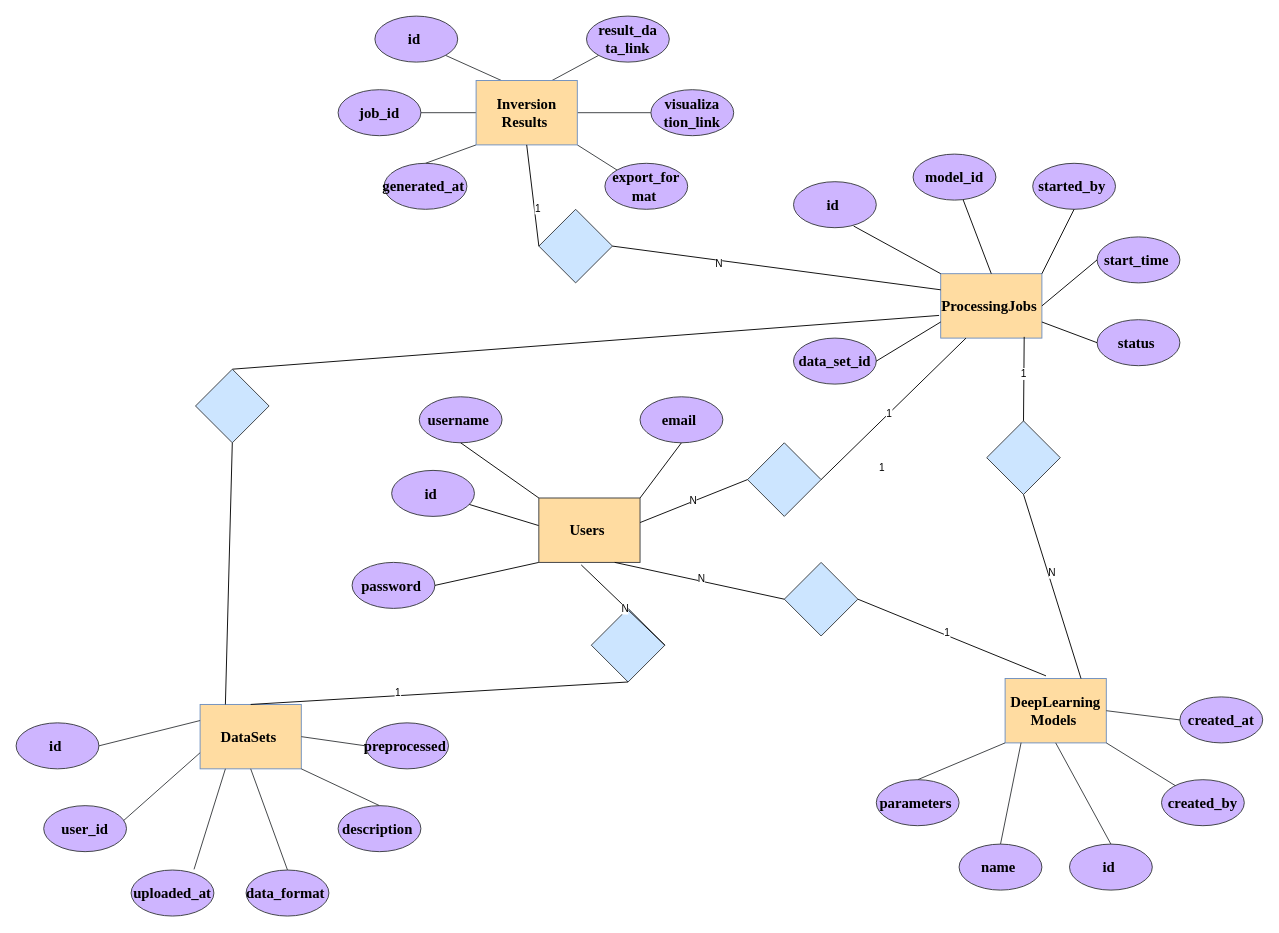
Earlier version of the draw.io diagram 数据库设计.drawio (Lu-Ming-Song/C). Source tidied: cells renumbered, new cells numbered last; positions are measured from the earlier drawing's top-left corner, leaving out a move shared by most shapes. Both pictures are drawn from the tidied source at 92%, with x=0, y=0 at pixel (16, 16).
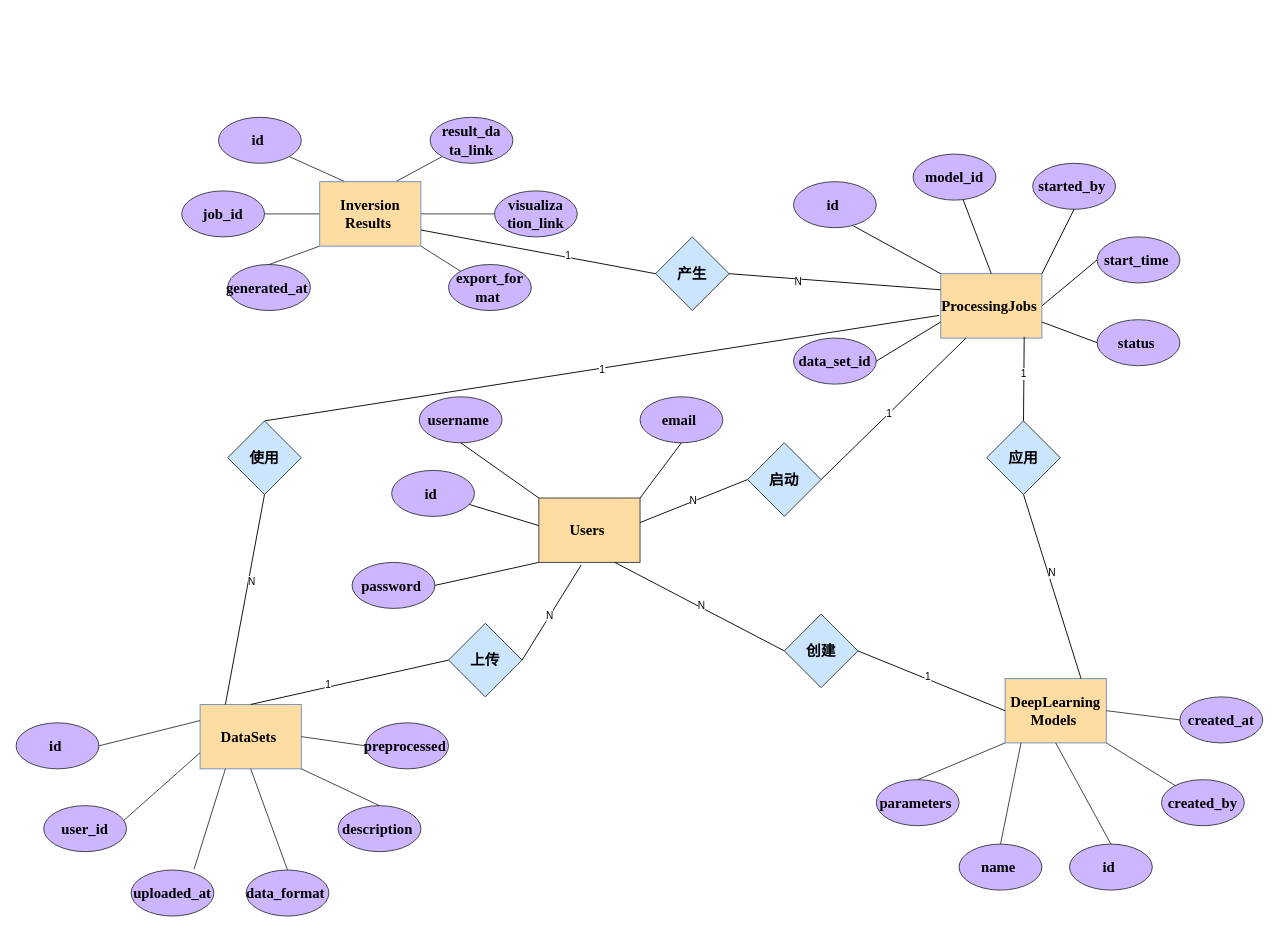
The same page after the edit.

Commit message (it also covers changes not shown here):
更新数据库设计.drawio

Unchanged cells that the change refers to:
```xml
<mxCell id="3" value="&lt;b&gt;&lt;span style=&quot;font-size:12.0pt;&lt;br/&gt;mso-bidi-font-size:18.0pt;font-family:&amp;quot;Times New Roman&amp;quot;,serif;mso-fareast-font-family:&lt;br/&gt;宋体;mso-font-kerning:1.0pt;mso-ansi-language:EN-US;mso-fareast-language:ZH-CN;&lt;br/&gt;mso-bidi-language:AR-SA&quot; lang=&quot;EN-US&quot;&gt;DataSets&amp;nbsp;&lt;/span&gt;&lt;/b&gt;" style="rounded=0;whiteSpace=wrap;html=1;fillColor=#FFDCA1;strokeColor=#6c8ebf;" parent="1" vertex="1">
  <mxGeometry x="200" y="748.2" width="110" height="70" as="geometry" />
</mxCell>
<mxCell id="4" value="&lt;b&gt;&lt;span style=&quot;font-size:12.0pt;&lt;br/&gt;mso-bidi-font-size:18.0pt;font-family:&amp;quot;Times New Roman&amp;quot;,serif;mso-fareast-font-family:&lt;br/&gt;宋体;mso-font-kerning:1.0pt;mso-ansi-language:EN-US;mso-fareast-language:ZH-CN;&lt;br/&gt;mso-bidi-language:AR-SA&quot; lang=&quot;EN-US&quot;&gt;DeepLearning&lt;br&gt;Models&amp;nbsp;&lt;/span&gt;&lt;/b&gt;" style="rounded=0;whiteSpace=wrap;html=1;fillColor=#FFDCA1;strokeColor=#6c8ebf;" parent="1" vertex="1">
  <mxGeometry x="1075" y="720" width="110" height="70" as="geometry" />
</mxCell>
<mxCell id="76" style="endArrow=none;html=1;rounded=0;exitX=0.5;exitY=0;exitDx=0;exitDy=0;entryX=-0.016;entryY=0.648;entryDx=0;entryDy=0;entryPerimeter=0;" parent="1" edge="1" source="88" target="2">
  <mxGeometry relative="1" as="geometry" />
</mxCell>
<mxCell id="89" style="endArrow=none;html=1;rounded=0;exitX=0.25;exitY=0;exitDx=0;exitDy=0;entryX=0.5;entryY=1;entryDx=0;entryDy=0;" parent="1" edge="1" source="3" target="88">
  <mxGeometry relative="1" as="geometry" />
</mxCell>
```

Diff of the diagram source:
```diff
@@
     <mxCell id="48" value="&lt;b&gt;&lt;span style=&quot;font-size:12.0pt;&lt;br/&gt;mso-bidi-font-size:18.0pt;font-family:&amp;quot;Times New Roman&amp;quot;,serif;mso-fareast-font-family:&lt;br/&gt;宋体;mso-font-kerning:1.0pt;mso-ansi-language:EN-US;mso-fareast-language:ZH-CN;&lt;br/&gt;mso-bidi-language:AR-SA&quot; lang=&quot;EN-US&quot;&gt;id&amp;nbsp;&lt;/span&gt;&lt;/b&gt;" style="ellipse;whiteSpace=wrap;html=1;fillColor=#CEB5FF;strokeColor=#36393d;" parent="1" vertex="1">
-      <mxGeometry x="390" width="90" height="50" as="geometry" />
+      <mxGeometry x="220" y="110" width="90" height="50" as="geometry" />
     </mxCell>
     <mxCell id="49" value="&lt;b&gt;&lt;span style=&quot;font-size:12.0pt;&lt;br/&gt;mso-bidi-font-size:18.0pt;font-family:&amp;quot;Times New Roman&amp;quot;,serif;mso-fareast-font-family:&lt;br/&gt;宋体;mso-font-kerning:1.0pt;mso-ansi-language:EN-US;mso-fareast-language:ZH-CN;&lt;br/&gt;mso-bidi-language:AR-SA&quot; lang=&quot;EN-US&quot;&gt;generated_at&amp;nbsp;&lt;/span&gt;&lt;/b&gt;" style="ellipse;whiteSpace=wrap;html=1;fillColor=#CEB5FF;strokeColor=#36393d;" parent="1" vertex="1">
-      <mxGeometry x="400" y="160" width="90" height="50" as="geometry" />
+      <mxGeometry x="230" y="270" width="90" height="50" as="geometry" />
     </mxCell>
     <mxCell id="50" value="&lt;b&gt;&lt;span style=&quot;font-size:12.0pt;&lt;br/&gt;mso-bidi-font-size:18.0pt;font-family:&amp;quot;Times New Roman&amp;quot;,serif;mso-fareast-font-family:&lt;br/&gt;宋体;mso-font-kerning:1.0pt;mso-ansi-language:EN-US;mso-fareast-language:ZH-CN;&lt;br/&gt;mso-bidi-language:AR-SA&quot; lang=&quot;EN-US&quot;&gt;export_for&lt;br&gt;mat&amp;nbsp;&lt;/span&gt;&lt;/b&gt;" style="ellipse;whiteSpace=wrap;html=1;fillColor=#CEB5FF;strokeColor=#36393d;" parent="1" vertex="1">
-      <mxGeometry x="640" y="160" width="90" height="50" as="geometry" />
+      <mxGeometry x="470" y="270" width="90" height="50" as="geometry" />
     </mxCell>
     <mxCell id="51" value="&lt;b&gt;&lt;span style=&quot;font-size:12.0pt;&lt;br/&gt;mso-bidi-font-size:18.0pt;font-family:&amp;quot;Times New Roman&amp;quot;,serif;mso-fareast-font-family:&lt;br/&gt;宋体;mso-font-kerning:1.0pt;mso-ansi-language:EN-US;mso-fareast-language:ZH-CN;&lt;br/&gt;mso-bidi-language:AR-SA&quot; lang=&quot;EN-US&quot;&gt;job_id&lt;/span&gt;&lt;/b&gt;" style="ellipse;whiteSpace=wrap;html=1;fillColor=#CEB5FF;strokeColor=#36393d;" parent="1" vertex="1">
-      <mxGeometry x="350" y="80" width="90" height="50" as="geometry" />
+      <mxGeometry x="180" y="190" width="90" height="50" as="geometry" />
     </mxCell>
     <mxCell id="52" value="&lt;b&gt;&lt;span style=&quot;font-family: &amp;quot;Times New Roman&amp;quot;, serif; font-size: 12pt;&quot; lang=&quot;EN-US&quot;&gt;result_da&lt;br&gt;ta_link&lt;/span&gt;&lt;/b&gt;" style="ellipse;whiteSpace=wrap;html=1;fillColor=#CEB5FF;strokeColor=#36393d;" parent="1" vertex="1">
-      <mxGeometry x="620" width="90" height="50" as="geometry" />
+      <mxGeometry x="450" y="110" width="90" height="50" as="geometry" />
     </mxCell>
     <mxCell id="53" value="&lt;b&gt;&lt;span style=&quot;font-size:12.0pt;&lt;br/&gt;mso-bidi-font-size:18.0pt;font-family:&amp;quot;Times New Roman&amp;quot;,serif;mso-fareast-font-family:&lt;br/&gt;宋体;mso-font-kerning:1.0pt;mso-ansi-language:EN-US;mso-fareast-language:ZH-CN;&lt;br/&gt;mso-bidi-language:AR-SA&quot; lang=&quot;EN-US&quot;&gt;visualiza&lt;br&gt;tion_link&lt;/span&gt;&lt;/b&gt;" style="ellipse;whiteSpace=wrap;html=1;fillColor=#CEB5FF;strokeColor=#36393d;" parent="1" vertex="1">
-      <mxGeometry x="690" y="80" width="90" height="50" as="geometry" />
+      <mxGeometry x="520" y="190" width="90" height="50" as="geometry" />
     </mxCell>
@@
     <mxCell id="60" value="&lt;b&gt;&lt;span style=&quot;font-size:12.0pt;&lt;br/&gt;mso-bidi-font-size:18.0pt;font-family:&amp;quot;Times New Roman&amp;quot;,serif;mso-fareast-font-family:&lt;br/&gt;宋体;mso-font-kerning:1.0pt;mso-ansi-language:EN-US;mso-fareast-language:ZH-CN;&lt;br/&gt;mso-bidi-language:AR-SA&quot; lang=&quot;EN-US&quot;&gt;Inversion&lt;br&gt;Results&amp;nbsp;&lt;/span&gt;&lt;/b&gt;" style="rounded=0;whiteSpace=wrap;html=1;fillColor=#FFDCA1;strokeColor=#6c8ebf;" parent="1" vertex="1">
-      <mxGeometry x="500" y="70" width="110" height="70" as="geometry" />
+      <mxGeometry x="330" y="180" width="110" height="70" as="geometry" />
     </mxCell>
-    <mxCell id="61" style="rhombus;whiteSpace=wrap;html=1;fillColor=#cce5ff;strokeColor=#36393d;" parent="1" vertex="1">
-      <mxGeometry x="625.2" y="643.8" width="80" height="80" as="geometry" />
+    <mxCell id="61" value="&lt;b&gt;&lt;font style=&quot;font-size: 16px;&quot;&gt;上传&lt;/font&gt;&lt;/b&gt;" style="rhombus;whiteSpace=wrap;html=1;fillColor=#cce5ff;strokeColor=#36393d;" parent="1" vertex="1">
+      <mxGeometry x="470" y="660" width="80" height="80" as="geometry" />
     </mxCell>
-    <mxCell id="62" style="rhombus;whiteSpace=wrap;html=1;fillColor=#cce5ff;strokeColor=#36393d;" parent="1" vertex="1">
+    <mxCell id="62" value="&lt;b&gt;&lt;font style=&quot;font-size: 16px;&quot;&gt;启动&lt;/font&gt;&lt;/b&gt;" style="rhombus;whiteSpace=wrap;html=1;fillColor=#cce5ff;strokeColor=#36393d;" parent="1" vertex="1">
       <mxGeometry x="795" y="463.8" width="80" height="80" as="geometry" />
     </mxCell>
@@
-    <mxCell id="65" style="endArrow=none;html=1;rounded=0;exitX=0.5;exitY=0;exitDx=0;exitDy=0;entryX=0.5;entryY=1;entryDx=0;entryDy=0;" parent="1" edge="1" source="3" target="61">
+    <mxCell id="65" style="endArrow=none;html=1;rounded=0;exitX=0.5;exitY=0;exitDx=0;exitDy=0;entryX=0;entryY=0.5;entryDx=0;entryDy=0;" parent="1" edge="1" source="3" target="61">
       <mxGeometry relative="1" as="geometry" />
     </mxCell>
@@
-    <mxCell id="71" style="rhombus;whiteSpace=wrap;html=1;fillColor=#cce5ff;strokeColor=#36393d;" parent="1" vertex="1">
-      <mxGeometry x="835" y="593.8" width="80" height="80" as="geometry" />
+    <mxCell id="71" value="&lt;b&gt;&lt;font style=&quot;font-size: 16px;&quot;&gt;创建&lt;/font&gt;&lt;/b&gt;" style="rhombus;whiteSpace=wrap;html=1;fillColor=#cce5ff;strokeColor=#36393d;" parent="1" vertex="1">
+      <mxGeometry x="835" y="650" width="80" height="80" as="geometry" />
     </mxCell>
@@
-    <mxCell id="74" style="endArrow=none;html=1;rounded=0;exitX=1;exitY=0.5;exitDx=0;exitDy=0;entryX=0.404;entryY=-0.041;entryDx=0;entryDy=0;entryPerimeter=0;" parent="1" edge="1" source="71" target="4">
+    <mxCell id="74" style="endArrow=none;html=1;rounded=0;exitX=1;exitY=0.5;exitDx=0;exitDy=0;entryX=0;entryY=0.5;entryDx=0;entryDy=0;" parent="1" edge="1" source="71" target="4">
       <mxGeometry relative="1" as="geometry" />
     </mxCell>
@@
     <mxCell id="77" value="1" style="edgeLabel;html=1;align=center;verticalAlign=middle;" parent="76" vertex="1">
-      <mxGeometry x="-0.1" y="1" relative="1" as="geometry">
-        <mxPoint x="360" y="134" as="offset" />
-      </mxGeometry>
+      <mxGeometry y="-1" relative="1" as="geometry" />
     </mxCell>
-    <mxCell id="78" style="rhombus;whiteSpace=wrap;html=1;fillColor=#cce5ff;strokeColor=#36393d;" parent="1" vertex="1">
+    <mxCell id="78" value="&lt;b&gt;&lt;font style=&quot;font-size: 16px;&quot;&gt;应用&lt;/font&gt;&lt;/b&gt;" style="rhombus;whiteSpace=wrap;html=1;fillColor=#cce5ff;strokeColor=#36393d;" parent="1" vertex="1">
       <mxGeometry x="1055" y="440" width="80" height="80" as="geometry" />
     </mxCell>
@@
-    <mxCell id="83" style="rhombus;whiteSpace=wrap;html=1;fillColor=#cce5ff;strokeColor=#36393d;" parent="1" vertex="1">
-      <mxGeometry x="568.2" y="210" width="80" height="80" as="geometry" />
+    <mxCell id="83" value="&lt;b&gt;&lt;font style=&quot;font-size: 16px;&quot;&gt;产生&lt;/font&gt;&lt;/b&gt;" style="rhombus;whiteSpace=wrap;html=1;fillColor=#cce5ff;strokeColor=#36393d;" parent="1" vertex="1">
+      <mxGeometry x="695" y="240" width="80" height="80" as="geometry" />
     </mxCell>
@@
-    <mxCell id="86" style="endArrow=none;html=1;rounded=0;exitX=0.5;exitY=1;exitDx=0;exitDy=0;entryX=0;entryY=0.5;entryDx=0;entryDy=0;" parent="1" edge="1" source="60" target="83">
+    <mxCell id="86" style="endArrow=none;html=1;rounded=0;exitX=1;exitY=0.75;exitDx=0;exitDy=0;entryX=0;entryY=0.5;entryDx=0;entryDy=0;" parent="1" edge="1" source="60" target="83">
       <mxGeometry relative="1" as="geometry" />
     </mxCell>
@@
-    <mxCell id="88" style="rhombus;whiteSpace=wrap;html=1;fillColor=#cce5ff;strokeColor=#36393d;" parent="1" vertex="1">
-      <mxGeometry x="195" y="383.8" width="80" height="80" as="geometry" />
+    <mxCell id="88" value="&lt;b&gt;&lt;font style=&quot;font-size: 16px;&quot;&gt;使用&lt;/font&gt;&lt;/b&gt;" style="rhombus;whiteSpace=wrap;html=1;fillColor=#cce5ff;strokeColor=#36393d;" parent="1" vertex="1">
+      <mxGeometry x="230" y="440" width="80" height="80" as="geometry" />
     </mxCell>
@@
+    <mxCell id="90" value="N" style="edgeLabel;html=1;align=center;verticalAlign=middle;" parent="89" vertex="1">
+      <mxGeometry x="0.17" y="-3" relative="1" as="geometry">
+        <mxPoint y="-1" as="offset" />
+      </mxGeometry>
+    </mxCell>
```
